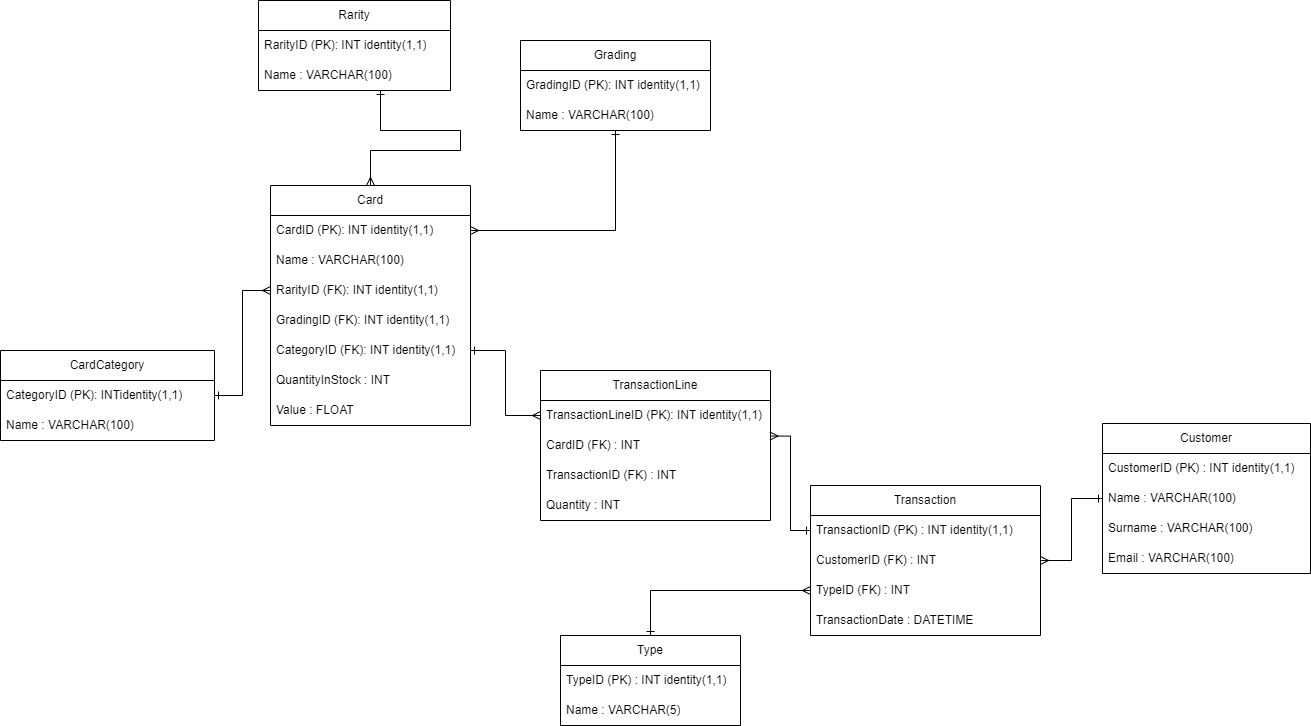
Earlier version of the draw.io export Documentation/LevelUp1LogicalERD.drawio.png (bbd-grad-levelups/Fantasy-Trading-Card-Database). Source tidied: cells renumbered, new cells last; positions are measured from the earlier drawing's top-left corner, leaving out a move shared by most shapes.
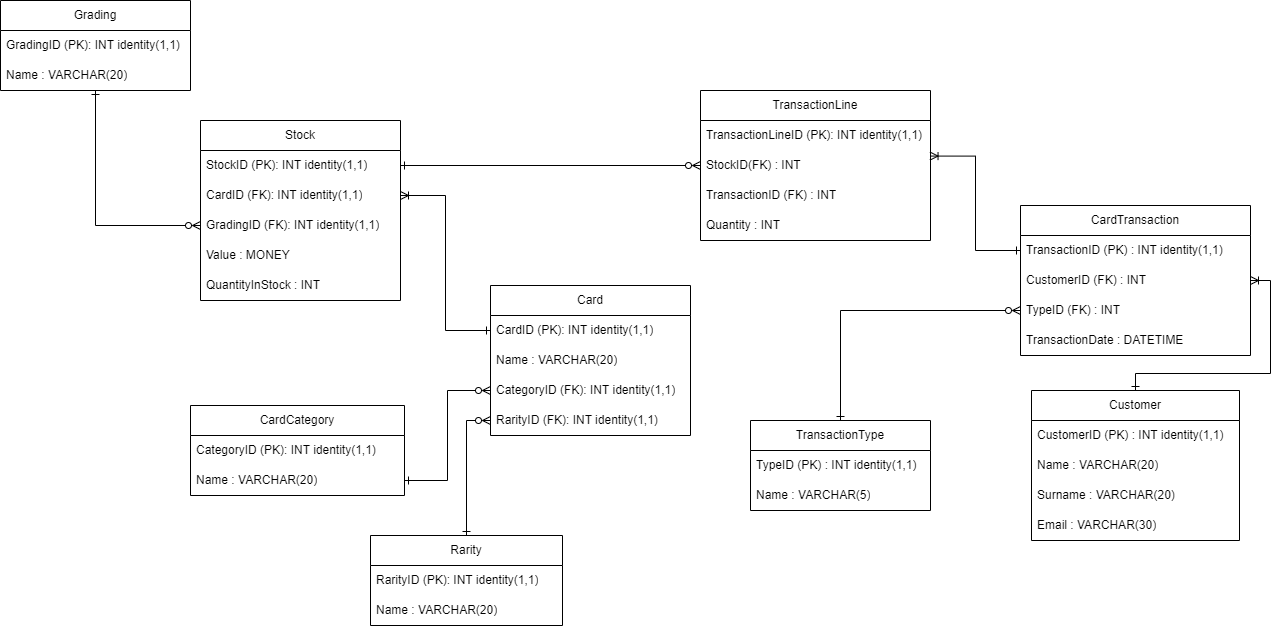
Later version of the same file.

What changed in the source:
```diff
@@ -3,52 +3,43 @@
     <mxCell id="0" />
     <mxCell id="1" parent="0" />
     <mxCell id="2" value="CardCategory" style="swimlane;fontStyle=0;horizontal=1;startSize=30;whiteSpace=wrap;html=1;" parent="1" vertex="1">
-      <mxGeometry y="350" width="214" height="90" as="geometry" />
+      <mxGeometry y="590" width="214" height="90" as="geometry" />
     </mxCell>
-    <mxCell id="3" value="CategoryID (PK): INTidentity(1,1)" style="text;strokeColor=none;fillColor=none;align=left;verticalAlign=middle;spacingLeft=4;spacingRight=4;overflow=hidden;points=[[0,0.5],[1,0.5]];portConstraint=eastwest;whiteSpace=wrap;html=1;" parent="2" vertex="1">
+    <mxCell id="3" value="CategoryID (PK): INT identity(1,1)" style="text;strokeColor=none;fillColor=none;align=left;verticalAlign=middle;spacingLeft=4;spacingRight=4;overflow=hidden;points=[[0,0.5],[1,0.5]];portConstraint=eastwest;whiteSpace=wrap;html=1;" parent="2" vertex="1">
       <mxGeometry y="30" width="214" height="30" as="geometry" />
     </mxCell>
-    <mxCell id="4" value="Name : VARCHAR(100)" style="text;strokeColor=none;fillColor=none;align=left;verticalAlign=middle;spacingLeft=4;spacingRight=4;overflow=hidden;points=[[0,0.5],[1,0.5]];portConstraint=eastwest;whiteSpace=wrap;html=1;" parent="2" vertex="1">
+    <mxCell id="4" value="Name : VARCHAR(20)" style="text;strokeColor=none;fillColor=none;align=left;verticalAlign=middle;spacingLeft=4;spacingRight=4;overflow=hidden;points=[[0,0.5],[1,0.5]];portConstraint=eastwest;whiteSpace=wrap;html=1;" parent="2" vertex="1">
       <mxGeometry y="60" width="214" height="30" as="geometry" />
     </mxCell>
     <mxCell id="5" value="Card" style="swimlane;fontStyle=0;horizontal=1;startSize=30;whiteSpace=wrap;html=1;" parent="1" vertex="1">
-      <mxGeometry x="270" y="185" width="200" height="240" as="geometry" />
+      <mxGeometry x="300" y="470" width="200" height="150" as="geometry" />
     </mxCell>
     <mxCell id="6" value="CardID (PK): INT identity(1,1)" style="text;strokeColor=none;fillColor=none;align=left;verticalAlign=middle;spacingLeft=4;spacingRight=4;overflow=hidden;points=[[0,0.5],[1,0.5]];portConstraint=eastwest;whiteSpace=wrap;html=1;" parent="5" vertex="1">
       <mxGeometry y="30" width="200" height="30" as="geometry" />
     </mxCell>
-    <mxCell id="7" value="Name : VARCHAR(100)" style="text;strokeColor=none;fillColor=none;align=left;verticalAlign=middle;spacingLeft=4;spacingRight=4;overflow=hidden;whiteSpace=wrap;html=1;" parent="5" vertex="1">
-      <mxGeometry y="60" width="200" height="30" as="geometry" />
-    </mxCell>
-    <mxCell id="8" value="RarityID (FK): INT identity(1,1)" style="text;strokeColor=none;fillColor=none;align=left;verticalAlign=middle;spacingLeft=4;spacingRight=4;overflow=hidden;points=[[0,0.5],[1,0.5]];portConstraint=eastwest;whiteSpace=wrap;html=1;" parent="5" vertex="1">
-      <mxGeometry y="90" width="200" height="30" as="geometry" />
-    </mxCell>
-    <mxCell id="9" value="GradingID (FK): INT identity(1,1)" style="text;strokeColor=none;fillColor=none;align=left;verticalAlign=middle;spacingLeft=4;spacingRight=4;overflow=hidden;points=[[0,0.5],[1,0.5]];portConstraint=eastwest;whiteSpace=wrap;html=1;" parent="5" vertex="1">
-      <mxGeometry y="120" width="200" height="30" as="geometry" />
-    </mxCell>
+    <mxCell id="44" value="Name : VARCHAR(20)" style="text;strokeColor=none;fillColor=none;align=left;verticalAlign=middle;spacingLeft=4;spacingRight=4;overflow=hidden;whiteSpace=wrap;html=1;" parent="5" vertex="1">
+      <mxGeometry y="60" width="200" height="30" as="geometry" />
+    </mxCell>
     <mxCell id="10" value="CategoryID (FK): INT identity(1,1)" style="text;strokeColor=none;fillColor=none;align=left;verticalAlign=middle;spacingLeft=4;spacingRight=4;overflow=hidden;points=[[0,0.5],[1,0.5]];portConstraint=eastwest;whiteSpace=wrap;html=1;" parent="5" vertex="1">
-      <mxGeometry y="150" width="200" height="30" as="geometry" />
+      <mxGeometry y="90" width="200" height="30" as="geometry" />
     </mxCell>
-    <mxCell id="11" value="QuantityInStock : INT" style="text;strokeColor=none;fillColor=none;align=left;verticalAlign=middle;spacingLeft=4;spacingRight=4;overflow=hidden;points=[[0,0.5],[1,0.5]];portConstraint=eastwest;whiteSpace=wrap;html=1;" parent="5" vertex="1">
-      <mxGeometry y="180" width="200" height="30" as="geometry" />
+    <mxCell id="11" value="RarityID (FK): INT identity(1,1)" style="text;strokeColor=none;fillColor=none;align=left;verticalAlign=middle;spacingLeft=4;spacingRight=4;overflow=hidden;points=[[0,0.5],[1,0.5]];portConstraint=eastwest;whiteSpace=wrap;html=1;" parent="5" vertex="1">
+      <mxGeometry y="120" width="200" height="30" as="geometry" />
     </mxCell>
-    <mxCell id="12" value="Value : FLOAT" style="text;strokeColor=none;fillColor=none;align=left;verticalAlign=middle;spacingLeft=4;spacingRight=4;overflow=hidden;whiteSpace=wrap;html=1;" parent="5" vertex="1">
-      <mxGeometry y="210" width="200" height="30" as="geometry" />
-    </mxCell>
-    <mxCell id="13" style="edgeStyle=orthogonalEdgeStyle;rounded=0;jettySize=auto;html=1;entryX=1;entryY=0.5;entryDx=0;entryDy=0;endArrow=ERmany;endFill=0;startArrow=ERone;startFill=0;" parent="1" edge="1" source="14" target="6">
-      <mxGeometry relative="1" as="geometry" />
-    </mxCell>
+    <mxCell id="45" style="edgeStyle=orthogonalEdgeStyle;rounded=0;jettySize=auto;html=1;entryX=0;entryY=0.5;entryDx=0;entryDy=0;endArrow=ERzeroToMany;endFill=0;startArrow=ERone;startFill=0;" parent="1" edge="1" source="14" target="9">
+      <mxGeometry relative="1" as="geometry" />
+    </mxCell>
     <mxCell id="14" value="Grading" style="swimlane;fontStyle=0;horizontal=1;startSize=30;whiteSpace=wrap;html=1;" parent="1" vertex="1">
-      <mxGeometry x="520" y="40" width="190" height="90" as="geometry" />
+      <mxGeometry x="-190" y="185" width="190" height="90" as="geometry" />
     </mxCell>
     <mxCell id="15" value="GradingID (PK): INT identity(1,1)" style="text;strokeColor=none;fillColor=none;align=left;verticalAlign=middle;spacingLeft=4;spacingRight=4;overflow=hidden;whiteSpace=wrap;html=1;" parent="14" vertex="1">
       <mxGeometry y="30" width="190" height="30" as="geometry" />
     </mxCell>
-    <mxCell id="16" value="Name : VARCHAR(100)" style="text;strokeColor=none;fillColor=none;align=left;verticalAlign=middle;spacingLeft=4;spacingRight=4;overflow=hidden;whiteSpace=wrap;html=1;" parent="14" vertex="1">
+    <mxCell id="16" value="Name : VARCHAR(20)" style="text;strokeColor=none;fillColor=none;align=left;verticalAlign=middle;spacingLeft=4;spacingRight=4;overflow=hidden;whiteSpace=wrap;html=1;" parent="14" vertex="1">
       <mxGeometry y="60" width="190" height="30" as="geometry" />
     </mxCell>
-    <mxCell id="17" value="Transaction" style="swimlane;fontStyle=0;horizontal=1;startSize=30;whiteSpace=wrap;html=1;" parent="1" vertex="1">
-      <mxGeometry x="810" y="485" width="230" height="150" as="geometry" />
+    <mxCell id="17" value="CardTransaction" style="swimlane;fontStyle=0;horizontal=1;startSize=30;whiteSpace=wrap;html=1;" parent="1" vertex="1">
+      <mxGeometry x="830" y="390" width="230" height="150" as="geometry" />
     </mxCell>
     <mxCell id="18" value="TransactionID (PK) : INT identity(1,1)" style="text;strokeColor=none;fillColor=none;align=left;verticalAlign=middle;spacingLeft=4;spacingRight=4;overflow=hidden;points=[[0,0.5],[1,0.5]];portConstraint=eastwest;whiteSpace=wrap;html=1;" parent="17" vertex="1">
       <mxGeometry y="30" width="230" height="30" as="geometry" />
@@ -62,51 +53,47 @@
     <mxCell id="21" value="TransactionDate : DATETIME" style="text;strokeColor=none;fillColor=none;align=left;verticalAlign=middle;spacingLeft=4;spacingRight=4;overflow=hidden;whiteSpace=wrap;html=1;" parent="17" vertex="1">
       <mxGeometry y="120" width="230" height="30" as="geometry" />
     </mxCell>
+    <mxCell id="46" style="edgeStyle=orthogonalEdgeStyle;rounded=0;jettySize=auto;html=1;endArrow=ERzeroToMany;endFill=0;startArrow=ERone;startFill=0;" parent="1" edge="1" source="22" target="11">
+      <mxGeometry relative="1" as="geometry" />
+    </mxCell>
     <mxCell id="22" value="Rarity" style="swimlane;fontStyle=0;horizontal=1;startSize=30;whiteSpace=wrap;html=1;" parent="1" vertex="1">
-      <mxGeometry x="258" width="192" height="90" as="geometry" />
+      <mxGeometry x="180" y="720" width="192" height="90" as="geometry" />
     </mxCell>
     <mxCell id="23" value="RarityID (PK): INT identity(1,1)" style="text;strokeColor=none;fillColor=none;align=left;verticalAlign=middle;spacingLeft=4;spacingRight=4;overflow=hidden;whiteSpace=wrap;html=1;" parent="22" vertex="1">
       <mxGeometry y="30" width="192" height="30" as="geometry" />
     </mxCell>
-    <mxCell id="24" value="Name : VARCHAR(100)" style="text;strokeColor=none;fillColor=none;align=left;verticalAlign=middle;spacingLeft=4;spacingRight=4;overflow=hidden;points=[[0,0.5],[1,0.5]];portConstraint=eastwest;whiteSpace=wrap;html=1;" parent="22" vertex="1">
+    <mxCell id="24" value="Name : VARCHAR(20)" style="text;strokeColor=none;fillColor=none;align=left;verticalAlign=middle;spacingLeft=4;spacingRight=4;overflow=hidden;points=[[0,0.5],[1,0.5]];portConstraint=eastwest;whiteSpace=wrap;html=1;" parent="22" vertex="1">
       <mxGeometry y="60" width="192" height="30" as="geometry" />
     </mxCell>
-    <mxCell id="25" style="edgeStyle=orthogonalEdgeStyle;rounded=0;jettySize=auto;html=1;entryX=0.5;entryY=0;entryDx=0;entryDy=0;endArrow=ERmany;endFill=0;startArrow=ERone;startFill=0;" parent="1" edge="1" source="24" target="5">
-      <mxGeometry relative="1" as="geometry">
-        <Array as="points">
-          <mxPoint x="380" y="130" />
-          <mxPoint x="460" y="130" />
-          <mxPoint x="460" y="150" />
-          <mxPoint x="370" y="150" />
-        </Array>
-      </mxGeometry>
-    </mxCell>
-    <mxCell id="26" style="edgeStyle=orthogonalEdgeStyle;rounded=0;jettySize=auto;html=1;entryX=1;entryY=0.5;entryDx=0;entryDy=0;startArrow=ERmany;startFill=0;endArrow=ERone;endFill=0;" parent="1" edge="1" source="8" target="3">
-      <mxGeometry relative="1" as="geometry" />
-    </mxCell>
     <mxCell id="27" value="Customer" style="swimlane;fontStyle=0;horizontal=1;startSize=30;whiteSpace=wrap;html=1;" parent="1" vertex="1">
-      <mxGeometry x="1102" y="423" width="208" height="150" as="geometry" />
+      <mxGeometry x="841" y="575" width="208" height="150" as="geometry" />
     </mxCell>
     <mxCell id="28" value="CustomerID (PK) : INT identity(1,1)" style="text;strokeColor=none;fillColor=none;align=left;verticalAlign=middle;spacingLeft=4;spacingRight=4;overflow=hidden;whiteSpace=wrap;html=1;" parent="27" vertex="1">
       <mxGeometry y="30" width="208" height="30" as="geometry" />
     </mxCell>
-    <mxCell id="29" value="Name : VARCHAR(100)" style="text;strokeColor=none;fillColor=none;align=left;verticalAlign=middle;spacingLeft=4;spacingRight=4;overflow=hidden;points=[[0,0.5],[1,0.5]];portConstraint=eastwest;whiteSpace=wrap;html=1;" parent="27" vertex="1">
+    <mxCell id="29" value="Name : VARCHAR(20)" style="text;strokeColor=none;fillColor=none;align=left;verticalAlign=middle;spacingLeft=4;spacingRight=4;overflow=hidden;points=[[0,0.5],[1,0.5]];portConstraint=eastwest;whiteSpace=wrap;html=1;" parent="27" vertex="1">
       <mxGeometry y="60" width="208" height="30" as="geometry" />
     </mxCell>
-    <mxCell id="30" value="Surname : VARCHAR(100)" style="text;strokeColor=none;fillColor=none;align=left;verticalAlign=middle;spacingLeft=4;spacingRight=4;overflow=hidden;whiteSpace=wrap;html=1;" parent="27" vertex="1">
+    <mxCell id="30" value="Surname : VARCHAR(20)" style="text;strokeColor=none;fillColor=none;align=left;verticalAlign=middle;spacingLeft=4;spacingRight=4;overflow=hidden;whiteSpace=wrap;html=1;" parent="27" vertex="1">
       <mxGeometry y="90" width="208" height="30" as="geometry" />
     </mxCell>
-    <mxCell id="31" value="Email : VARCHAR(100)" style="text;strokeColor=none;fillColor=none;align=left;verticalAlign=middle;spacingLeft=4;spacingRight=4;overflow=hidden;whiteSpace=wrap;html=1;" parent="27" vertex="1">
+    <mxCell id="31" value="Email : VARCHAR(30)" style="text;strokeColor=none;fillColor=none;align=left;verticalAlign=middle;spacingLeft=4;spacingRight=4;overflow=hidden;whiteSpace=wrap;html=1;" parent="27" vertex="1">
       <mxGeometry y="120" width="208" height="30" as="geometry" />
     </mxCell>
-    <mxCell id="32" style="edgeStyle=orthogonalEdgeStyle;rounded=0;jettySize=auto;html=1;entryX=0;entryY=0.5;entryDx=0;entryDy=0;endArrow=ERone;endFill=0;startArrow=ERmany;startFill=0;" parent="1" edge="1" source="19" target="29">
-      <mxGeometry relative="1" as="geometry" />
+    <mxCell id="32" style="edgeStyle=orthogonalEdgeStyle;rounded=0;jettySize=auto;html=1;endArrow=ERone;endFill=0;startArrow=ERoneToMany;startFill=0;exitX=1;exitY=0.5;exitDx=0;exitDy=0;" parent="1" edge="1" source="19" target="27">
+      <mxGeometry relative="1" as="geometry">
+        <Array as="points">
+          <mxPoint x="1080" y="465" />
+          <mxPoint x="1080" y="558" />
+          <mxPoint x="945" y="558" />
+        </Array>
+      </mxGeometry>
     </mxCell>
-    <mxCell id="33" style="edgeStyle=orthogonalEdgeStyle;rounded=0;jettySize=auto;html=1;entryX=0;entryY=0.5;entryDx=0;entryDy=0;endArrow=ERmany;endFill=0;startArrow=ERone;startFill=0;" parent="1" edge="1" source="34" target="20">
+    <mxCell id="33" style="edgeStyle=orthogonalEdgeStyle;rounded=0;jettySize=auto;html=1;entryX=0;entryY=0.5;entryDx=0;entryDy=0;endArrow=ERzeroToMany;endFill=0;startArrow=ERone;startFill=0;" parent="1" edge="1" source="34" target="20">
       <mxGeometry relative="1" as="geometry" />
     </mxCell>
-    <mxCell id="34" value="Type" style="swimlane;fontStyle=0;horizontal=1;startSize=30;whiteSpace=wrap;html=1;" parent="1" vertex="1">
-      <mxGeometry x="560" y="635" width="180" height="90" as="geometry" />
+    <mxCell id="34" value="TransactionType" style="swimlane;fontStyle=0;horizontal=1;startSize=30;whiteSpace=wrap;html=1;" parent="1" vertex="1">
+      <mxGeometry x="560" y="605" width="180" height="90" as="geometry" />
     </mxCell>
     <mxCell id="35" value="TypeID (PK) : INT identity(1,1)" style="text;strokeColor=none;fillColor=none;align=left;verticalAlign=middle;spacingLeft=4;spacingRight=4;overflow=hidden;whiteSpace=wrap;html=1;" parent="34" vertex="1">
       <mxGeometry y="30" width="180" height="30" as="geometry" />
@@ -115,12 +102,12 @@
       <mxGeometry y="60" width="180" height="30" as="geometry" />
     </mxCell>
     <mxCell id="37" value="TransactionLine" style="swimlane;fontStyle=0;horizontal=1;startSize=30;whiteSpace=wrap;html=1;" parent="1" vertex="1">
-      <mxGeometry x="540" y="370" width="230" height="150" as="geometry" />
+      <mxGeometry x="510" y="275" width="230" height="150" as="geometry" />
     </mxCell>
     <mxCell id="38" value="TransactionLineID (PK): INT identity(1,1)" style="text;strokeColor=none;fillColor=none;align=left;verticalAlign=middle;spacingLeft=4;spacingRight=4;overflow=hidden;points=[[0,0.5],[1,0.5]];portConstraint=eastwest;whiteSpace=wrap;html=1;" parent="37" vertex="1">
       <mxGeometry y="30" width="230" height="30" as="geometry" />
     </mxCell>
-    <mxCell id="39" value="CardID (FK) : INT" style="text;strokeColor=none;fillColor=none;align=left;verticalAlign=middle;spacingLeft=4;spacingRight=4;overflow=hidden;points=[[0,0.5],[1,0.5]];portConstraint=eastwest;whiteSpace=wrap;html=1;" parent="37" vertex="1">
+    <mxCell id="39" value="StockID(FK) : INT" style="text;strokeColor=none;fillColor=none;align=left;verticalAlign=middle;spacingLeft=4;spacingRight=4;overflow=hidden;points=[[0,0.5],[1,0.5]];portConstraint=eastwest;whiteSpace=wrap;html=1;" parent="37" vertex="1">
       <mxGeometry y="60" width="230" height="30" as="geometry" />
     </mxCell>
     <mxCell id="40" value="TransactionID (FK) : INT" style="text;strokeColor=none;fillColor=none;align=left;verticalAlign=middle;spacingLeft=4;spacingRight=4;overflow=hidden;whiteSpace=wrap;html=1;" parent="37" vertex="1">
@@ -129,11 +116,35 @@
     <mxCell id="41" value="Quantity : INT" style="text;strokeColor=none;fillColor=none;align=left;verticalAlign=middle;spacingLeft=4;spacingRight=4;overflow=hidden;whiteSpace=wrap;html=1;" parent="37" vertex="1">
       <mxGeometry y="120" width="230" height="30" as="geometry" />
     </mxCell>
-    <mxCell id="42" style="edgeStyle=orthogonalEdgeStyle;rounded=0;jettySize=auto;html=1;entryX=0;entryY=0.5;entryDx=0;entryDy=0;endArrow=ERmany;endFill=0;startArrow=ERone;startFill=0;" parent="1" edge="1" source="10" target="38">
+    <mxCell id="42" style="edgeStyle=orthogonalEdgeStyle;rounded=0;jettySize=auto;html=1;endArrow=ERzeroToMany;endFill=0;startArrow=ERone;startFill=0;" parent="1" edge="1" source="48" target="39">
       <mxGeometry relative="1" as="geometry" />
     </mxCell>
-    <mxCell id="43" style="edgeStyle=orthogonalEdgeStyle;rounded=0;jettySize=auto;html=1;exitX=0;exitY=0.5;exitDx=0;exitDy=0;entryX=0.998;entryY=0.186;entryDx=0;entryDy=0;entryPerimeter=0;startArrow=ERone;startFill=0;endArrow=ERmany;endFill=0;" parent="1" edge="1" source="18" target="39">
+    <mxCell id="43" style="edgeStyle=orthogonalEdgeStyle;rounded=0;jettySize=auto;html=1;exitX=0;exitY=0.5;exitDx=0;exitDy=0;entryX=0.998;entryY=0.186;entryDx=0;entryDy=0;entryPerimeter=0;startArrow=ERone;startFill=0;endArrow=ERoneToMany;endFill=0;" parent="1" edge="1" source="18" target="39">
       <mxGeometry relative="1" as="geometry" />
     </mxCell>
+    <mxCell id="47" value="Stock" style="swimlane;fontStyle=0;horizontal=1;startSize=30;whiteSpace=wrap;html=1;" parent="1" vertex="1">
+      <mxGeometry x="10" y="305" width="200" height="180" as="geometry" />
+    </mxCell>
+    <mxCell id="48" value="StockID (PK): INT identity(1,1)" style="text;strokeColor=none;fillColor=none;align=left;verticalAlign=middle;spacingLeft=4;spacingRight=4;overflow=hidden;points=[[0,0.5],[1,0.5]];portConstraint=eastwest;whiteSpace=wrap;html=1;" parent="47" vertex="1">
+      <mxGeometry y="30" width="200" height="30" as="geometry" />
+    </mxCell>
+    <mxCell id="49" value="CardID (FK): INT identity(1,1)" style="text;strokeColor=none;fillColor=none;align=left;verticalAlign=middle;spacingLeft=4;spacingRight=4;overflow=hidden;points=[[0,0.5],[1,0.5]];portConstraint=eastwest;whiteSpace=wrap;html=1;" parent="47" vertex="1">
+      <mxGeometry y="60" width="200" height="30" as="geometry" />
+    </mxCell>
+    <mxCell id="9" value="GradingID (FK): INT identity(1,1)" style="text;strokeColor=none;fillColor=none;align=left;verticalAlign=middle;spacingLeft=4;spacingRight=4;overflow=hidden;points=[[0,0.5],[1,0.5]];portConstraint=eastwest;whiteSpace=wrap;html=1;" parent="47" vertex="1">
+      <mxGeometry y="90" width="200" height="30" as="geometry" />
+    </mxCell>
+    <mxCell id="50" value="Value : MONEY" style="text;strokeColor=none;fillColor=none;align=left;verticalAlign=middle;spacingLeft=4;spacingRight=4;overflow=hidden;whiteSpace=wrap;html=1;" parent="47" vertex="1">
+      <mxGeometry y="120" width="200" height="30" as="geometry" />
+    </mxCell>
+    <mxCell id="51" value="QuantityInStock : INT" style="text;strokeColor=none;fillColor=none;align=left;verticalAlign=middle;spacingLeft=4;spacingRight=4;overflow=hidden;whiteSpace=wrap;html=1;" parent="47" vertex="1">
+      <mxGeometry y="150" width="200" height="30" as="geometry" />
+    </mxCell>
+    <mxCell id="52" style="edgeStyle=orthogonalEdgeStyle;rounded=0;jettySize=auto;html=1;entryX=1;entryY=0.5;entryDx=0;entryDy=0;endArrow=ERoneToMany;endFill=0;startArrow=ERone;startFill=0;" parent="1" edge="1" source="6" target="49">
+      <mxGeometry relative="1" as="geometry" />
+    </mxCell>
+    <mxCell id="53" style="edgeStyle=orthogonalEdgeStyle;rounded=0;jettySize=auto;html=1;entryX=0;entryY=0.5;entryDx=0;entryDy=0;endArrow=ERzeroToMany;endFill=0;startArrow=ERone;startFill=0;" parent="1" edge="1" source="4" target="10">
+      <mxGeometry relative="1" as="geometry" />
+    </mxCell>
   </root>
 </mxGraphModel>
```
